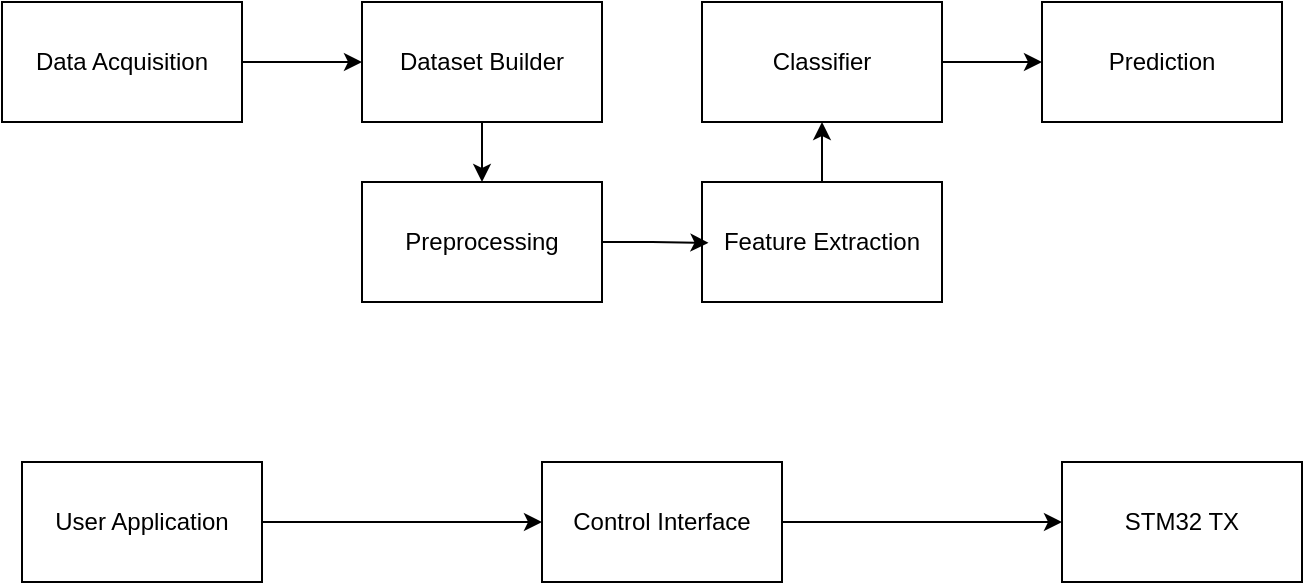
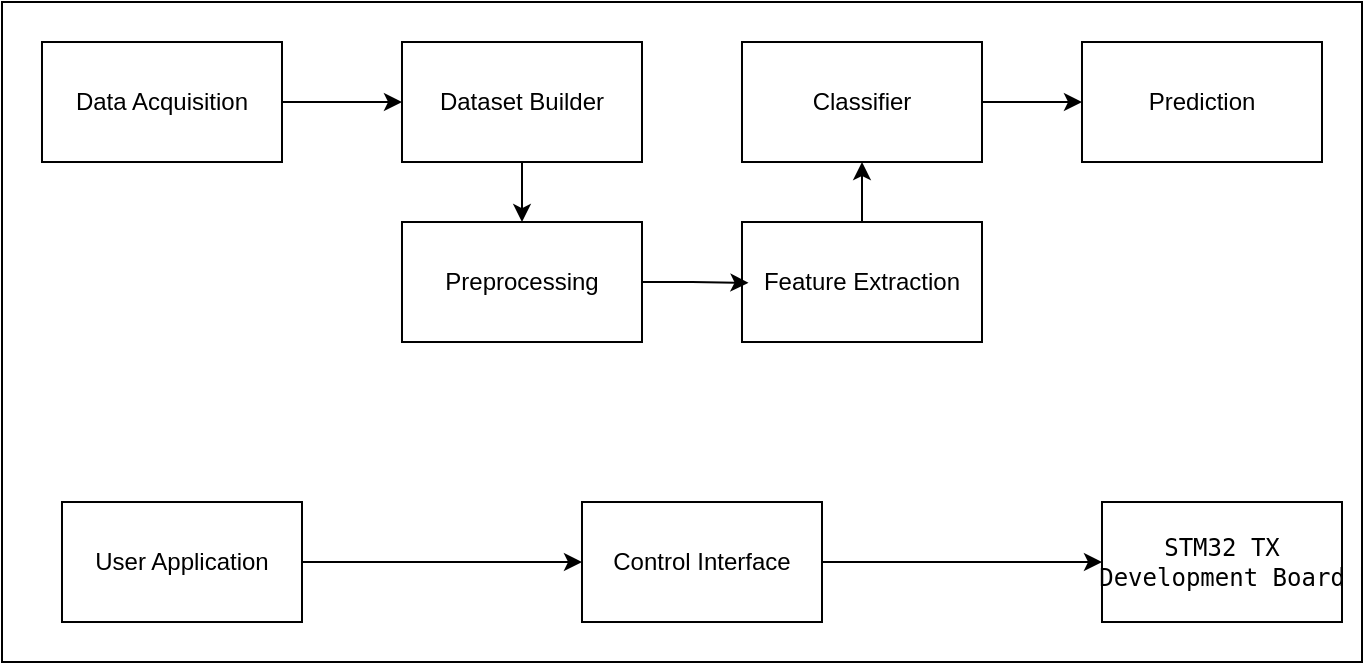
<mxfile host="app.diagrams.net">
  <diagram name="Page-1" id="cBwh0aEz-au7Wqg0l_V9">
-     <mxGraphModel dx="1012" dy="-544" grid="1" gridSize="10" guides="1" tooltips="1" connect="1" arrows="1" fold="1" page="1" pageScale="1" pageWidth="850" pageHeight="1100" math="0" shadow="0">
+     <mxGraphModel dx="-91" dy="555" grid="1" gridSize="10" guides="1" tooltips="1" connect="1" arrows="1" fold="1" page="1" pageScale="1" pageWidth="850" pageHeight="1100" math="0" shadow="0">
      <root>
        <mxCell id="0" />
        <mxCell id="1" parent="0" />
-         <mxCell id="6u0zdsuP37JbfRqQL8Hd-105" edge="1" parent="1" source="6u0zdsuP37JbfRqQL8Hd-106" style="edgeStyle=orthogonalEdgeStyle;rounded=0;orthogonalLoop=1;jettySize=auto;html=1;exitX=1;exitY=0.5;exitDx=0;exitDy=0;entryX=0;entryY=0.5;entryDx=0;entryDy=0;" target="6u0zdsuP37JbfRqQL8Hd-107">
+         <mxCell id="ORhHNYT2ulyYTPtlXPIA-42" parent="1" style="rounded=0;whiteSpace=wrap;html=1;" value="" vertex="1">
+           <mxGeometry height="330" width="680" x="1110" y="220" as="geometry" />
+         </mxCell>
+         <mxCell id="ORhHNYT2ulyYTPtlXPIA-109" edge="1" parent="1" source="ORhHNYT2ulyYTPtlXPIA-110" style="edgeStyle=orthogonalEdgeStyle;rounded=0;orthogonalLoop=1;jettySize=auto;html=1;exitX=1;exitY=0.5;exitDx=0;exitDy=0;entryX=0;entryY=0.5;entryDx=0;entryDy=0;" target="ORhHNYT2ulyYTPtlXPIA-112">
          <mxGeometry relative="1" as="geometry" />
        </mxCell>
-         <mxCell id="6u0zdsuP37JbfRqQL8Hd-106" parent="1" style="rounded=0;whiteSpace=wrap;html=1;" value="Data Acquisition" vertex="1">
-           <mxGeometry height="60" width="120" x="330" y="1230" as="geometry" />
+         <mxCell id="ORhHNYT2ulyYTPtlXPIA-110" parent="1" style="rounded=0;whiteSpace=wrap;html=1;" value="Data Acquisition" vertex="1">
+           <mxGeometry height="60" width="120" x="1129.997142857143" y="240.00428571428574" as="geometry" />
        </mxCell>
-         <mxCell id="6u0zdsuP37JbfRqQL8Hd-116" edge="1" parent="1" source="6u0zdsuP37JbfRqQL8Hd-107" style="edgeStyle=orthogonalEdgeStyle;rounded=0;orthogonalLoop=1;jettySize=auto;html=1;" target="6u0zdsuP37JbfRqQL8Hd-108" value="">
+         <mxCell id="ORhHNYT2ulyYTPtlXPIA-111" edge="1" parent="1" source="ORhHNYT2ulyYTPtlXPIA-112" style="edgeStyle=orthogonalEdgeStyle;rounded=0;orthogonalLoop=1;jettySize=auto;html=1;" target="ORhHNYT2ulyYTPtlXPIA-113" value="">
          <mxGeometry relative="1" as="geometry" />
        </mxCell>
-         <mxCell id="6u0zdsuP37JbfRqQL8Hd-107" parent="1" style="rounded=0;whiteSpace=wrap;html=1;" value="Dataset Builder" vertex="1">
-           <mxGeometry height="60" width="120" x="510" y="1230" as="geometry" />
+         <mxCell id="ORhHNYT2ulyYTPtlXPIA-112" parent="1" style="rounded=0;whiteSpace=wrap;html=1;" value="Dataset Builder" vertex="1">
+           <mxGeometry height="60" width="120" x="1309.997142857143" y="240.00428571428574" as="geometry" />
        </mxCell>
-         <mxCell id="6u0zdsuP37JbfRqQL8Hd-108" parent="1" style="rounded=0;whiteSpace=wrap;html=1;" value="Preprocessing" vertex="1">
-           <mxGeometry height="60" width="120" x="510" y="1320" as="geometry" />
+         <mxCell id="ORhHNYT2ulyYTPtlXPIA-113" parent="1" style="rounded=0;whiteSpace=wrap;html=1;" value="Preprocessing" vertex="1">
+           <mxGeometry height="60" width="120" x="1309.997142857143" y="330.00428571428574" as="geometry" />
        </mxCell>
-         <mxCell id="6u0zdsuP37JbfRqQL8Hd-117" edge="1" parent="1" source="6u0zdsuP37JbfRqQL8Hd-110" style="edgeStyle=orthogonalEdgeStyle;rounded=0;orthogonalLoop=1;jettySize=auto;html=1;" target="6u0zdsuP37JbfRqQL8Hd-111" value="">
+         <mxCell id="ORhHNYT2ulyYTPtlXPIA-114" edge="1" parent="1" source="ORhHNYT2ulyYTPtlXPIA-115" style="edgeStyle=orthogonalEdgeStyle;rounded=0;orthogonalLoop=1;jettySize=auto;html=1;" target="ORhHNYT2ulyYTPtlXPIA-117" value="">
          <mxGeometry relative="1" as="geometry" />
        </mxCell>
-         <mxCell id="6u0zdsuP37JbfRqQL8Hd-110" parent="1" style="rounded=0;whiteSpace=wrap;html=1;" value="Feature Extraction" vertex="1">
-           <mxGeometry height="60" width="120" x="680" y="1320" as="geometry" />
+         <mxCell id="ORhHNYT2ulyYTPtlXPIA-115" parent="1" style="rounded=0;whiteSpace=wrap;html=1;" value="Feature Extraction" vertex="1">
+           <mxGeometry height="60" width="120" x="1479.997142857143" y="330.00428571428574" as="geometry" />
        </mxCell>
-         <mxCell id="6u0zdsuP37JbfRqQL8Hd-118" edge="1" parent="1" source="6u0zdsuP37JbfRqQL8Hd-111" style="edgeStyle=orthogonalEdgeStyle;rounded=0;orthogonalLoop=1;jettySize=auto;html=1;" target="6u0zdsuP37JbfRqQL8Hd-115" value="">
+         <mxCell id="ORhHNYT2ulyYTPtlXPIA-116" edge="1" parent="1" source="ORhHNYT2ulyYTPtlXPIA-117" style="edgeStyle=orthogonalEdgeStyle;rounded=0;orthogonalLoop=1;jettySize=auto;html=1;" target="ORhHNYT2ulyYTPtlXPIA-119" value="">
          <mxGeometry relative="1" as="geometry" />
        </mxCell>
-         <mxCell id="6u0zdsuP37JbfRqQL8Hd-111" parent="1" style="rounded=0;whiteSpace=wrap;html=1;" value="Classifier" vertex="1">
-           <mxGeometry height="60" width="120" x="680" y="1230" as="geometry" />
+         <mxCell id="ORhHNYT2ulyYTPtlXPIA-117" parent="1" style="rounded=0;whiteSpace=wrap;html=1;" value="Classifier" vertex="1">
+           <mxGeometry height="60" width="120" x="1479.997142857143" y="240.00428571428574" as="geometry" />
        </mxCell>
-         <mxCell id="6u0zdsuP37JbfRqQL8Hd-113" edge="1" parent="1" source="6u0zdsuP37JbfRqQL8Hd-108" style="edgeStyle=orthogonalEdgeStyle;rounded=0;orthogonalLoop=1;jettySize=auto;html=1;exitX=1;exitY=0.5;exitDx=0;exitDy=0;entryX=0.027;entryY=0.507;entryDx=0;entryDy=0;entryPerimeter=0;" target="6u0zdsuP37JbfRqQL8Hd-110">
+         <mxCell id="ORhHNYT2ulyYTPtlXPIA-118" edge="1" parent="1" source="ORhHNYT2ulyYTPtlXPIA-113" style="edgeStyle=orthogonalEdgeStyle;rounded=0;orthogonalLoop=1;jettySize=auto;html=1;exitX=1;exitY=0.5;exitDx=0;exitDy=0;entryX=0.027;entryY=0.507;entryDx=0;entryDy=0;entryPerimeter=0;" target="ORhHNYT2ulyYTPtlXPIA-115">
          <mxGeometry relative="1" as="geometry" />
        </mxCell>
-         <mxCell id="6u0zdsuP37JbfRqQL8Hd-115" parent="1" style="rounded=0;whiteSpace=wrap;html=1;" value="Prediction" vertex="1">
-           <mxGeometry height="60" width="120" x="850" y="1230" as="geometry" />
+         <mxCell id="ORhHNYT2ulyYTPtlXPIA-119" parent="1" style="rounded=0;whiteSpace=wrap;html=1;" value="Prediction" vertex="1">
+           <mxGeometry height="60" width="120" x="1649.997142857143" y="240.00428571428574" as="geometry" />
        </mxCell>
-         <mxCell id="6u0zdsuP37JbfRqQL8Hd-119" edge="1" parent="1" source="6u0zdsuP37JbfRqQL8Hd-120" style="edgeStyle=orthogonalEdgeStyle;rounded=0;orthogonalLoop=1;jettySize=auto;html=1;exitX=1;exitY=0.5;exitDx=0;exitDy=0;entryX=0;entryY=0.5;entryDx=0;entryDy=0;" target="6u0zdsuP37JbfRqQL8Hd-122">
+         <mxCell id="ORhHNYT2ulyYTPtlXPIA-120" edge="1" parent="1" source="ORhHNYT2ulyYTPtlXPIA-121" style="edgeStyle=orthogonalEdgeStyle;rounded=0;orthogonalLoop=1;jettySize=auto;html=1;exitX=1;exitY=0.5;exitDx=0;exitDy=0;entryX=0;entryY=0.5;entryDx=0;entryDy=0;" target="ORhHNYT2ulyYTPtlXPIA-123">
          <mxGeometry relative="1" as="geometry" />
        </mxCell>
-         <mxCell id="6u0zdsuP37JbfRqQL8Hd-120" parent="1" style="rounded=0;whiteSpace=wrap;html=1;" value="User Application" vertex="1">
-           <mxGeometry height="60" width="120" x="340" y="1460" as="geometry" />
+         <mxCell id="ORhHNYT2ulyYTPtlXPIA-121" parent="1" style="rounded=0;whiteSpace=wrap;html=1;" value="User Application" vertex="1">
+           <mxGeometry height="60" width="120" x="1139.997142857143" y="470.00428571428574" as="geometry" />
        </mxCell>
-         <mxCell id="6u0zdsuP37JbfRqQL8Hd-130" edge="1" parent="1" source="6u0zdsuP37JbfRqQL8Hd-122" style="edgeStyle=orthogonalEdgeStyle;rounded=0;orthogonalLoop=1;jettySize=auto;html=1;exitX=1;exitY=0.5;exitDx=0;exitDy=0;entryX=0;entryY=0.5;entryDx=0;entryDy=0;" target="6u0zdsuP37JbfRqQL8Hd-129">
+         <mxCell id="ORhHNYT2ulyYTPtlXPIA-127" edge="1" parent="1" source="ORhHNYT2ulyYTPtlXPIA-123" style="edgeStyle=orthogonalEdgeStyle;rounded=0;orthogonalLoop=1;jettySize=auto;html=1;entryX=0;entryY=0.5;entryDx=0;entryDy=0;" target="ORhHNYT2ulyYTPtlXPIA-124">
          <mxGeometry relative="1" as="geometry" />
        </mxCell>
-         <mxCell id="6u0zdsuP37JbfRqQL8Hd-122" parent="1" style="rounded=0;whiteSpace=wrap;html=1;" value="Control Interface" vertex="1">
-           <mxGeometry height="60" width="120" x="600" y="1460" as="geometry" />
+         <mxCell id="ORhHNYT2ulyYTPtlXPIA-123" parent="1" style="rounded=0;whiteSpace=wrap;html=1;" value="Control Interface" vertex="1">
+           <mxGeometry height="60" width="120" x="1399.997142857143" y="470.00428571428574" as="geometry" />
        </mxCell>
-         <mxCell id="6u0zdsuP37JbfRqQL8Hd-129" parent="1" style="rounded=0;whiteSpace=wrap;html=1;" value="STM32 TX" vertex="1">
-           <mxGeometry height="60" width="120" x="860" y="1460" as="geometry" />
+         <mxCell id="ORhHNYT2ulyYTPtlXPIA-124" parent="1" style="rounded=0;whiteSpace=wrap;html=1;" value="&lt;pre class=&quot;overflow-visible! px-0!&quot; data-start=&quot;1806&quot; data-end=&quot;1844&quot;&gt;&lt;div class=&quot;relative w-full mt-4 mb-1&quot;&gt;&lt;div class=&quot;&quot;&gt;&lt;div class=&quot;contents&quot;&gt;&lt;div class=&quot;relative&quot;&gt;&lt;div class=&quot;h-full min-h-0 min-w-0&quot;&gt;&lt;div class=&quot;h-full min-h-0 min-w-0&quot;&gt;&lt;div class=&quot;border border-token-border-light border-radius-3xl corner-superellipse/1.1 rounded-3xl&quot;&gt;&lt;div class=&quot;h-full w-full border-radius-3xl bg-token-bg-elevated-secondary corner-superellipse/1.1 overflow-clip rounded-3xl lxnfua_clipPathFallback&quot;&gt;&lt;div class=&quot;relative&quot;&gt;&lt;div class=&quot;pe-11 pt-3&quot;&gt;&lt;div class=&quot;relative z-0 flex max-w-full&quot;&gt;&lt;div id=&quot;code-block-viewer&quot; dir=&quot;ltr&quot; class=&quot;q9tKkq_viewer cm-editor z-10 light:cm-light dark:cm-light flex h-full w-full flex-col items-stretch ͼs ͼ16&quot;&gt;&lt;div class=&quot;cm-scroller&quot;&gt;&lt;pre class=&quot;cm-content q9tKkq_readonly m-0&quot;&gt;&lt;code&gt;STM32 TX&lt;br&gt;Development Board&lt;/code&gt;&lt;/pre&gt;&lt;/div&gt;&lt;/div&gt;&lt;/div&gt;&lt;/div&gt;&lt;/div&gt;&lt;/div&gt;&lt;/div&gt;&lt;/div&gt;&lt;/div&gt;&lt;/div&gt;&lt;/div&gt;&lt;/div&gt;&lt;/div&gt;&lt;/pre&gt;&lt;p data-start=&quot;1846&quot; data-end=&quot;1847&quot;&gt;&lt;/p&gt;" vertex="1">
+           <mxGeometry height="60" width="120" x="1659.997142857143" y="470.00428571428574" as="geometry" />
        </mxCell>
      </root>
    </mxGraphModel>
  </diagram>
</mxfile>
